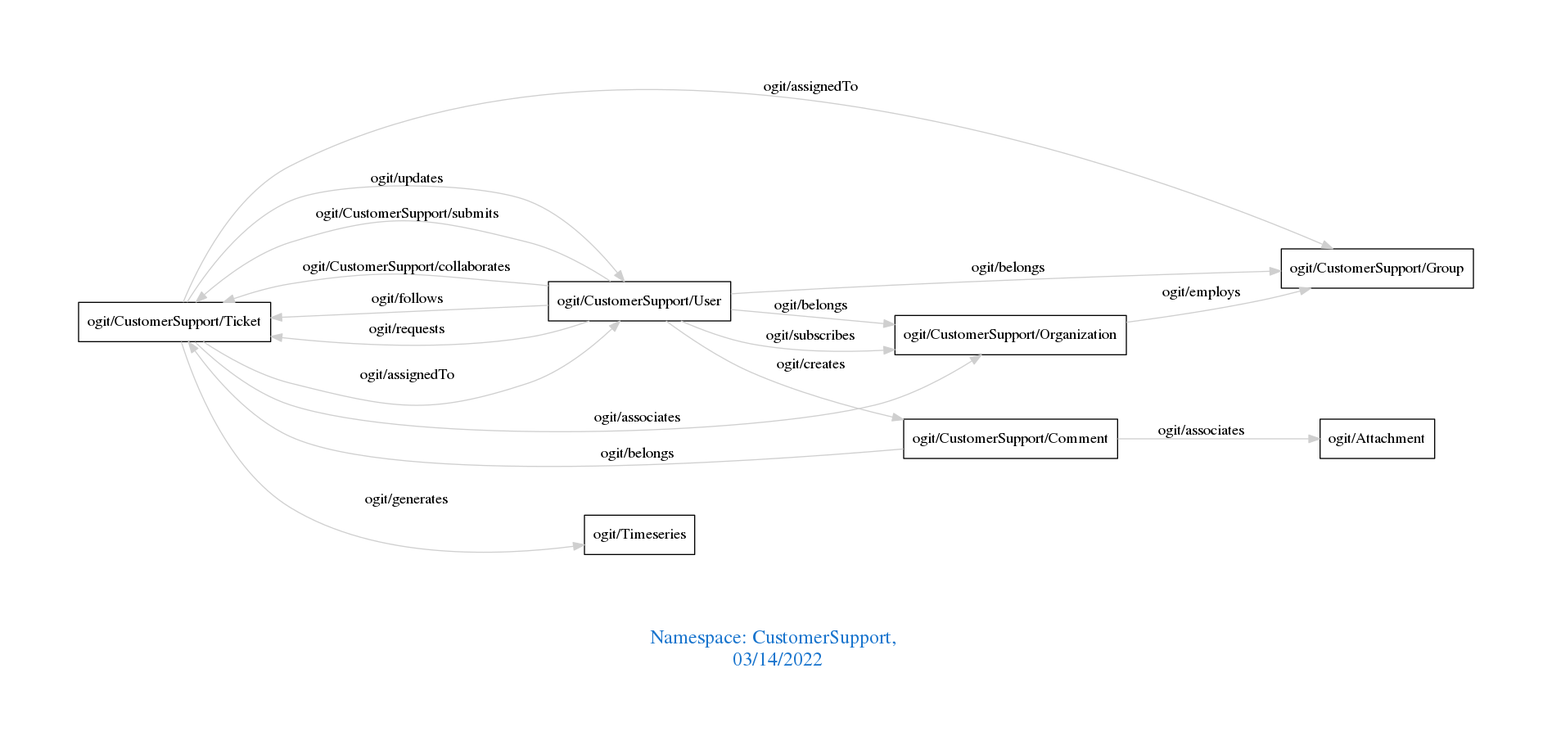
Before: downloads/CustomerSupport.png, a diagram exported from Graphviz (arago/OGIT). Its source is kept beside it as downloads/CustomerSupport.dot.
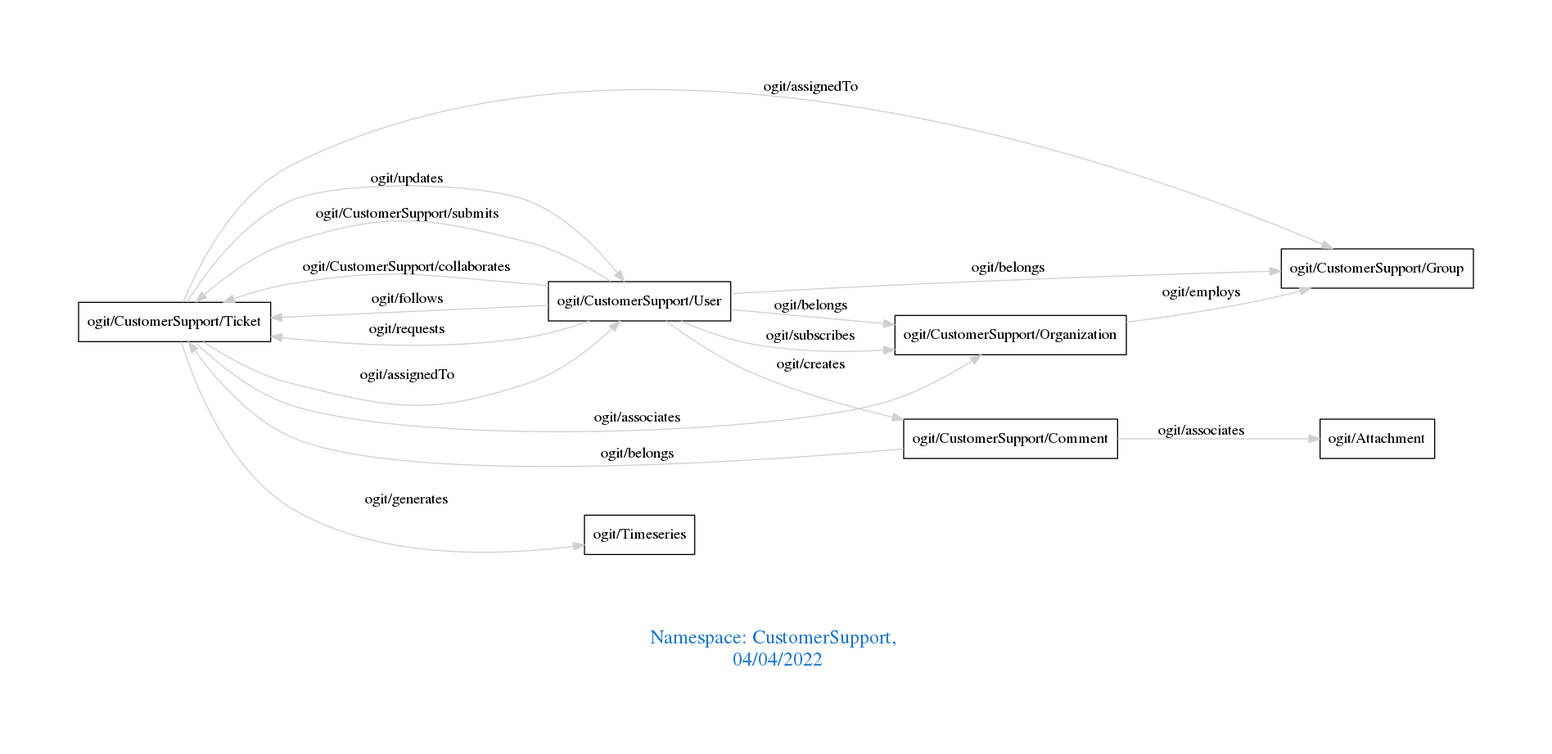
After the change.

Change to the diagram source:
```diff
@@ -1,7 +1,7 @@
 digraph OGIT_ontology {
  graph [ rankdir= LR,pad=1
 fontsize = 18,
-fontcolor= dodgerblue3,label = "\n\n\nNamespace: CustomerSupport, \n 03/14/2022"];
+fontcolor= dodgerblue3,label = "\n\n\nNamespace: CustomerSupport, \n 04/04/2022"];
 node[shape=polygon];
 edge [  color="gray81"];
 
```
